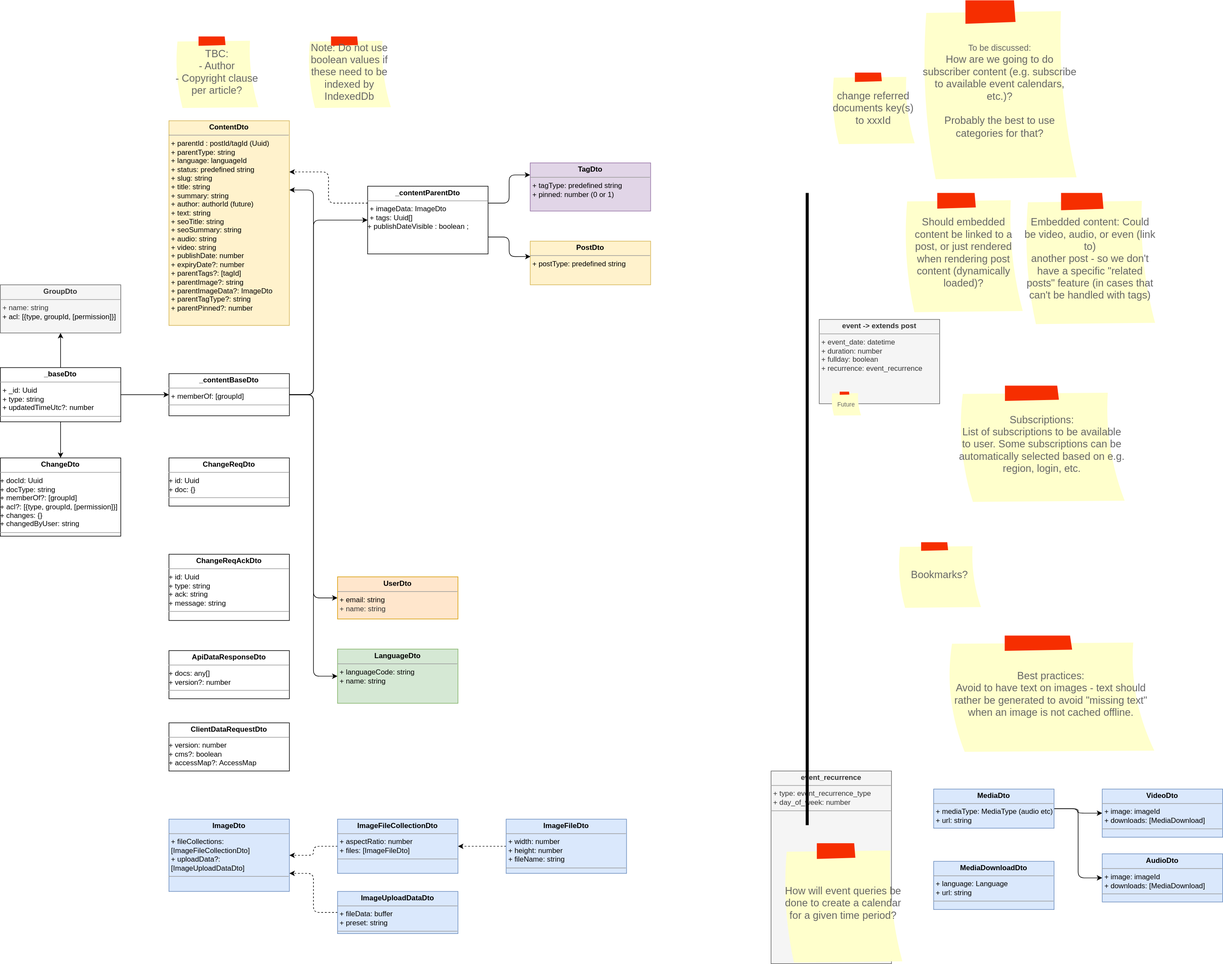
This is docs/datamodel.drawio.svg from bccsa/luminary, a draw.io export, as it was before one commit. Source tidied: cells renumbered, new cells last; positions are measured from the earlier drawing's top-left corner, leaving out a move shared by most shapes.
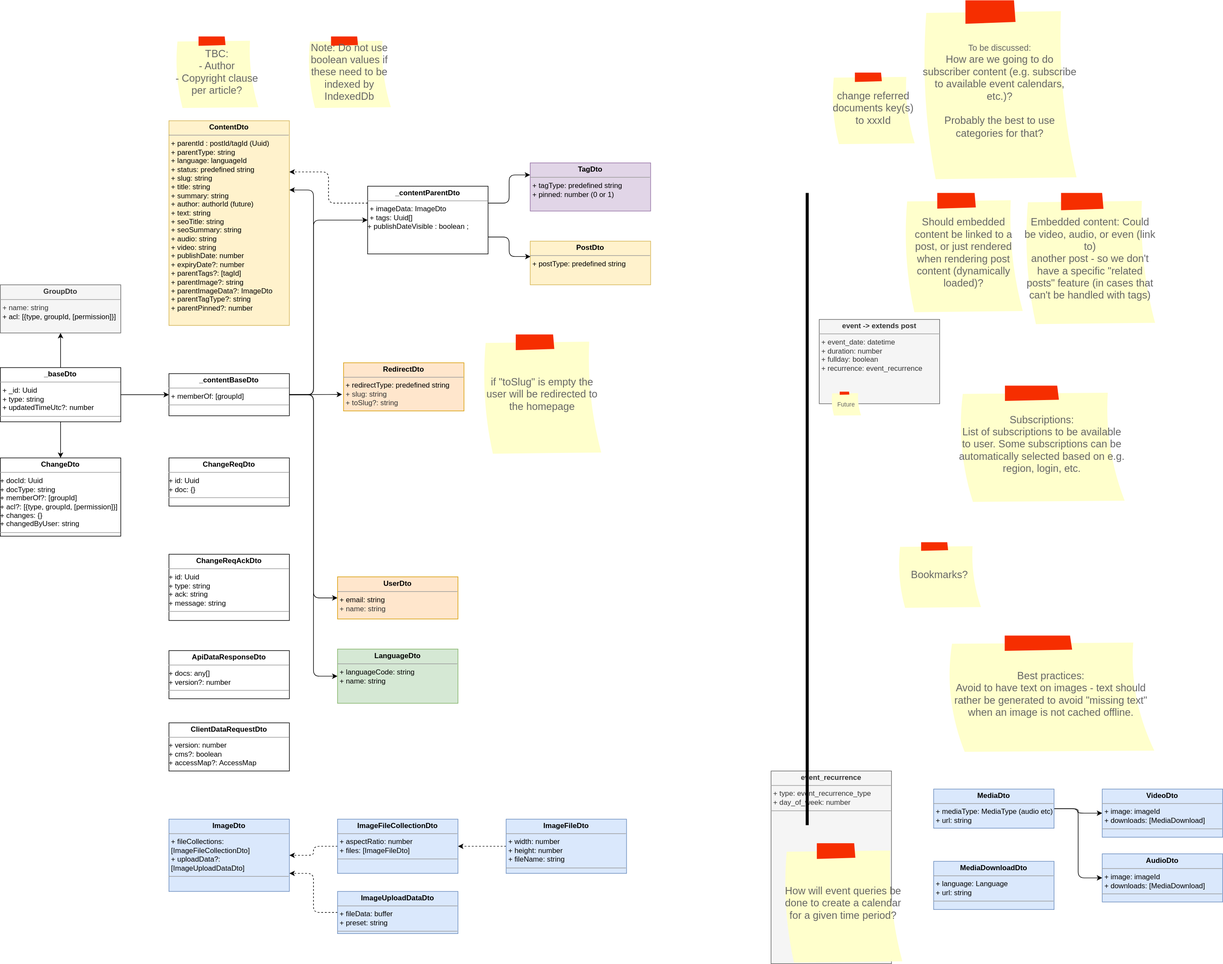
After the change.

The edit, as a diff of the source:
```diff
@@ -112,6 +112,9 @@
     <mxCell id="33" value="&lt;span style=&quot;font-size: 14px;&quot;&gt;To be discussed:&lt;br&gt;&lt;/span&gt;How are we going to do subscriber content (e.g. subscribe to available event calendars, etc.)?&lt;br&gt;&lt;br&gt;Probably the best to use categories for that?" style="strokeWidth=1;shadow=0;dashed=0;align=center;html=1;shape=mxgraph.mockup.text.stickyNote2;fontColor=#666666;mainText=;fontSize=17;whiteSpace=wrap;fillColor=#ffffcc;strokeColor=#F62E00;" parent="1" vertex="1">
       <mxGeometry x="1530" width="260" height="300" as="geometry" />
     </mxCell>
+    <mxCell id="53" style="edgeStyle=none;html=1;exitX=1;exitY=0.5;exitDx=0;exitDy=0;entryX=-0.012;entryY=0.657;entryDx=0;entryDy=0;entryPerimeter=0;" parent="1" edge="1" source="34" target="54">
+      <mxGeometry relative="1" as="geometry" />
+    </mxCell>
     <mxCell id="34" value="&lt;p style=&quot;margin:0px;margin-top:4px;text-align:center;&quot;&gt;&lt;b&gt;_contentBaseDto&lt;/b&gt;&lt;/p&gt;&lt;hr size=&quot;1&quot;&gt;&lt;p style=&quot;margin:0px;margin-left:4px;&quot;&gt;&lt;span style=&quot;background-color: initial;&quot;&gt;+ memberOf: [groupId]&lt;/span&gt;&lt;br&gt;&lt;/p&gt;&lt;hr size=&quot;1&quot;&gt;&lt;p style=&quot;margin:0px;margin-left:4px;&quot;&gt;&lt;br&gt;&lt;/p&gt;" style="verticalAlign=top;align=left;overflow=fill;fontSize=12;fontFamily=Helvetica;html=1;whiteSpace=wrap;" parent="1" vertex="1">
       <mxGeometry x="280" y="620" width="200" height="70" as="geometry" />
     </mxCell>
@@ -169,5 +172,11 @@
     <mxCell id="52" value="Note: Do not use boolean values if these need to be indexed by IndexedDb" style="strokeWidth=1;shadow=0;dashed=0;align=center;html=1;shape=mxgraph.mockup.text.stickyNote2;fontColor=#666666;mainText=;fontSize=17;whiteSpace=wrap;fillColor=#ffffcc;strokeColor=#F62E00;" parent="1" vertex="1">
       <mxGeometry x="510" y="60" width="140" height="120" as="geometry" />
     </mxCell>
+    <mxCell id="54" value="&lt;p style=&quot;margin:0px;margin-top:4px;text-align:center;&quot;&gt;&lt;b&gt;RedirectDto&lt;/b&gt;&lt;/p&gt;&lt;hr size=&quot;1&quot;&gt;&lt;p style=&quot;margin:0px;margin-left:4px;&quot;&gt;&lt;span style=&quot;background-color: initial;&quot;&gt;+ redirectType: predefined string&lt;/span&gt;&lt;/p&gt;&lt;p style=&quot;margin:0px;margin-left:4px;&quot;&gt;&lt;span style=&quot;color: rgb(51, 51, 51);&quot;&gt;+ slug: string&lt;/span&gt;&lt;span style=&quot;background-color: initial;&quot;&gt;&lt;br&gt;&lt;/span&gt;&lt;/p&gt;&lt;p style=&quot;margin:0px;margin-left:4px;&quot;&gt;&lt;span style=&quot;color: rgb(51, 51, 51);&quot;&gt;+ toSlug?: string&lt;/span&gt;&lt;/p&gt;" style="verticalAlign=top;align=left;overflow=fill;fontSize=12;fontFamily=Helvetica;html=1;whiteSpace=wrap;fillColor=#ffe6cc;strokeColor=#d79b00;" parent="1" vertex="1">
+      <mxGeometry x="570" y="602" width="200" height="80" as="geometry" />
+    </mxCell>
+    <mxCell id="55" value="if &quot;toSlug&quot; is empty the user will be redirected to the homepage" style="strokeWidth=1;shadow=0;dashed=0;align=center;html=1;shape=mxgraph.mockup.text.stickyNote2;fontColor=#666666;mainText=;fontSize=17;whiteSpace=wrap;fillColor=#ffffcc;strokeColor=#F62E00;" parent="1" vertex="1">
+      <mxGeometry x="800" y="555" width="200" height="200" as="geometry" />
+    </mxCell>
   </root>
 </mxGraphModel>
```
